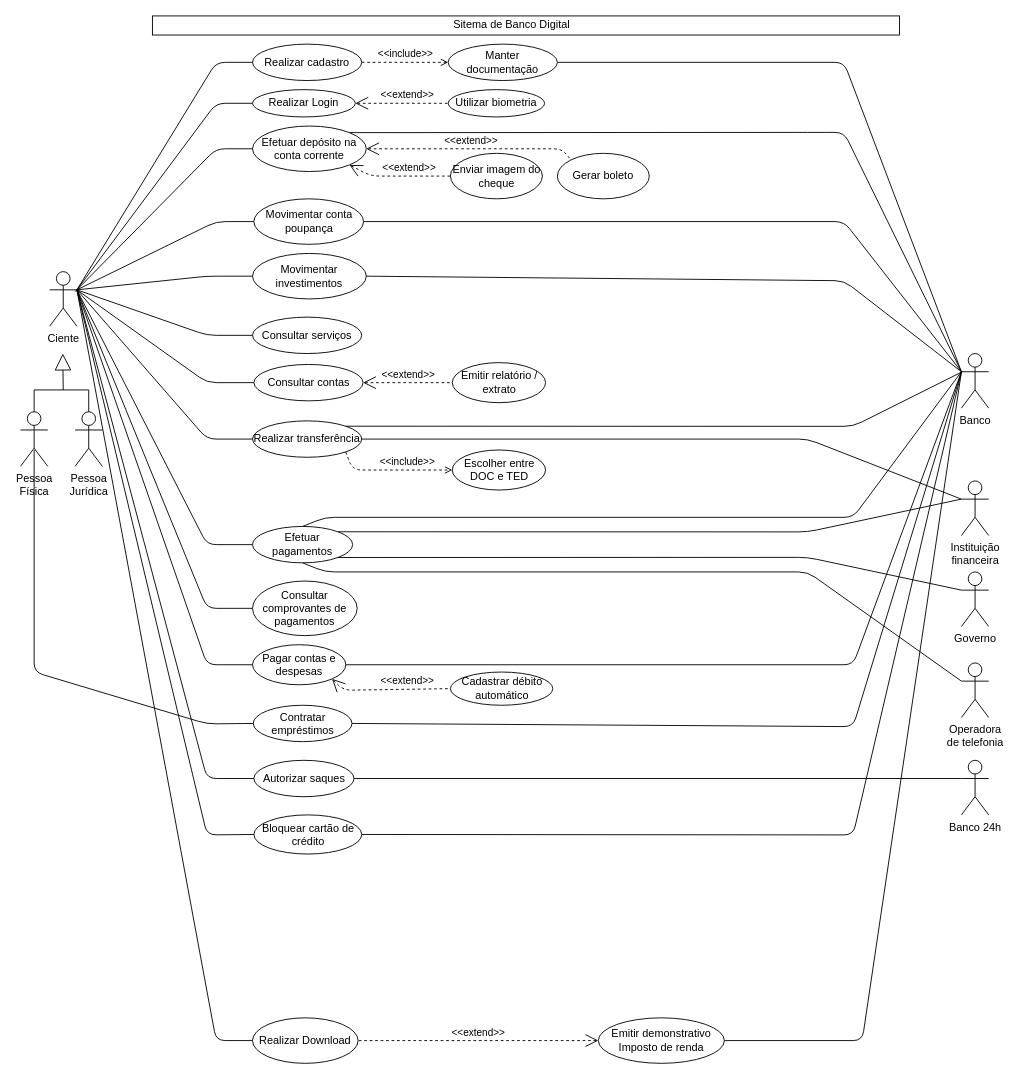
Before: page "1 - Diagrama de Caso de Uso" (1 of 5) of Caso (12).drawio in gumaleanto/TCC-Puc-Minas, a draw.io diagram. Source tidied: cells renumbered, new cells numbered last; positions are measured from the earlier drawing's top-left corner, leaving out a move shared by most shapes. Both pictures are drawn from the tidied source at 91%, with x=0, y=0 at pixel (20, 15).
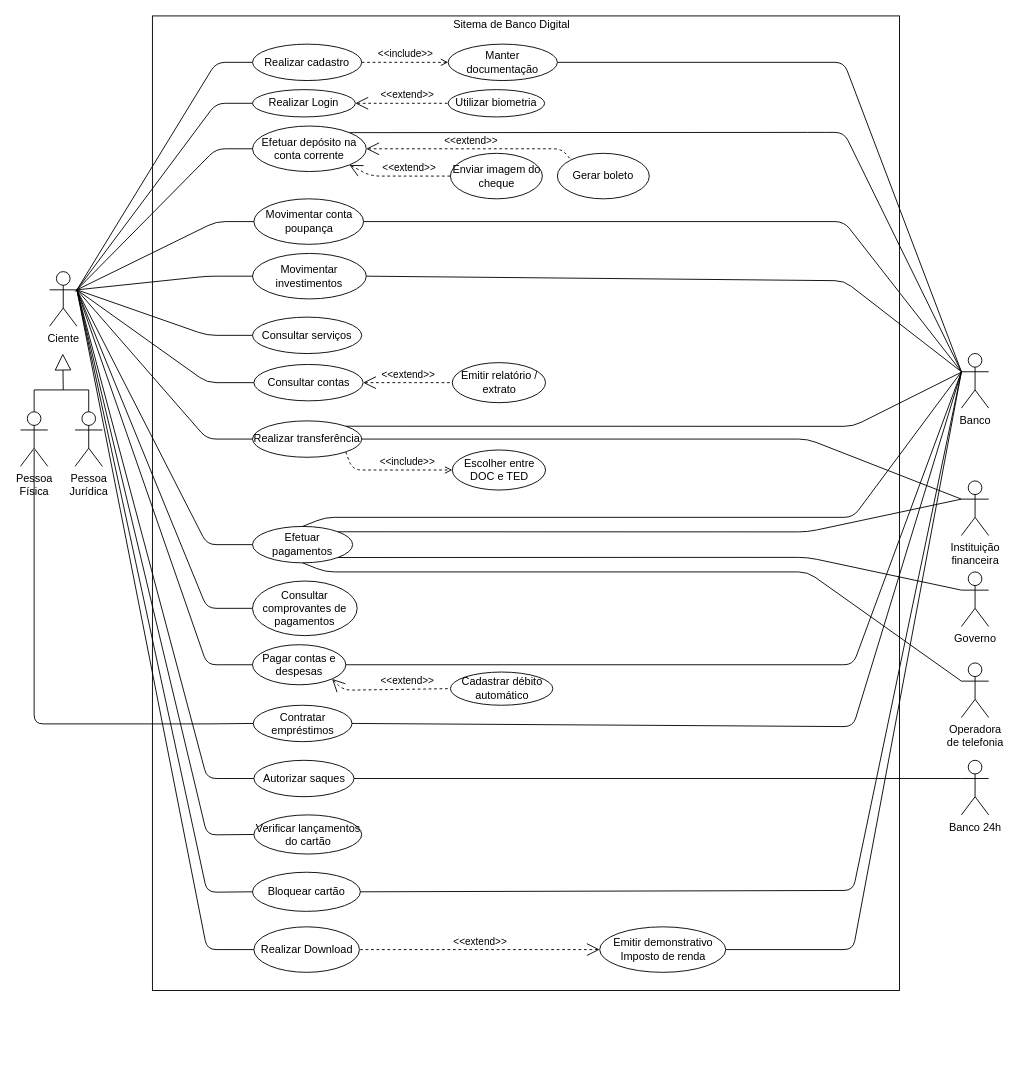
The same diagram, later.

Unchanged cells that the change refers to:
```xml
<mxCell id="9" value="Contratar empréstimos" style="ellipse;whiteSpace=wrap;html=1;" parent="1" vertex="1">
  <mxGeometry x="255.8" y="757.5" width="108.5" height="40" as="geometry" />
</mxCell>
<mxCell id="10" value="Ciente" style="shape=umlActor;verticalLabelPosition=bottom;verticalAlign=top;html=1;outlineConnect=0;fillColor=#FFFFFF;" parent="1" vertex="1">
  <mxGeometry x="32" y="281" width="30" height="60" as="geometry" />
</mxCell>
<mxCell id="13" value="Banco" style="shape=umlActor;verticalLabelPosition=bottom;verticalAlign=top;html=1;outlineConnect=0;flipV=0;flipH=0;" parent="1" vertex="1">
  <mxGeometry x="1034" y="371" width="30" height="60" as="geometry" />
</mxCell>
<mxCell id="16" value="Pessoa&lt;br&gt; Física" style="shape=umlActor;verticalLabelPosition=bottom;verticalAlign=top;html=1;outlineConnect=0;fillColor=#FFFFFF;" parent="1" vertex="1">
  <mxGeometry y="435" width="30" height="60" as="geometry" />
</mxCell>
```

Change to the diagram source:
```diff
@@
     <mxCell id="2" style="whiteSpace=wrap;html=1;" parent="1" vertex="1">
-      <mxGeometry x="145" width="821" height="21" as="geometry" />
+      <mxGeometry x="145" width="821" height="1071" as="geometry" />
     </mxCell>
@@
     <mxCell id="35" style="endArrow=none;html=1;entryX=0;entryY=0.5;entryDx=0;entryDy=0;exitX=0.5;exitY=0.7;exitDx=0;exitDy=0;exitPerimeter=0;" parent="1" edge="1" source="16" target="9">
       <mxGeometry relative="1" as="geometry">
         <Array as="points">
-          <mxPoint x="15" y="721" />
+          <mxPoint x="15" y="778" />
           <mxPoint x="205" y="778" />
         </Array>
       </mxGeometry>
     </mxCell>
@@
     <mxCell id="39" value="Emitir demonstrativo Imposto de renda" style="ellipse;whiteSpace=wrap;html=1;" parent="1" vertex="1">
-      <mxGeometry x="635" y="1101" width="138.5" height="50" as="geometry" />
+      <mxGeometry x="636.5" y="1001" width="138.5" height="50" as="geometry" />
     </mxCell>
@@
     <mxCell id="41" value="Realizar Download" style="ellipse;whiteSpace=wrap;html=1;" parent="1" vertex="1">
-      <mxGeometry x="255" y="1101" width="116" height="50" as="geometry" />
+      <mxGeometry x="256.5" y="1001" width="116" height="50" as="geometry" />
     </mxCell>
     <mxCell id="42" style="endArrow=none;html=1;entryX=1;entryY=0.3333333333333333;entryDx=0;entryDy=0;entryPerimeter=0;exitX=0;exitY=0.5;exitDx=0;exitDy=0;" parent="1" edge="1" source="41" target="10">
       <mxGeometry relative="1" as="geometry">
         <Array as="points">
-          <mxPoint x="215" y="1126" />
+          <mxPoint x="205" y="1026" />
         </Array>
       </mxGeometry>
     </mxCell>
@@
     <mxCell id="44" style="endArrow=none;html=1;entryX=0;entryY=0.3333333333333333;entryDx=0;entryDy=0;entryPerimeter=0;exitX=1;exitY=0.5;exitDx=0;exitDy=0;" parent="1" edge="1" source="39" target="13">
       <mxGeometry relative="1" as="geometry">
         <Array as="points">
-          <mxPoint x="925" y="1126" />
+          <mxPoint x="915" y="1026" />
         </Array>
       </mxGeometry>
     </mxCell>
@@
-    <mxCell id="74" value="Bloquear cartão de crédito" style="ellipse;whiteSpace=wrap;html=1;" parent="1" vertex="1">
+    <mxCell id="74" value="Verificar lançamentos do cartão" style="ellipse;whiteSpace=wrap;html=1;" parent="1" vertex="1">
       <mxGeometry x="256.5" y="878" width="118.5" height="43" as="geometry" />
     </mxCell>
-    <mxCell id="75" style="endArrow=none;html=1;exitX=1;exitY=0.5;exitDx=0;exitDy=0;entryX=0;entryY=0.3333333333333333;entryDx=0;entryDy=0;entryPerimeter=0;" parent="1" edge="1" source="74" target="13">
-      <mxGeometry relative="1" as="geometry">
-        <Array as="points">
-          <mxPoint x="915" y="900" />
-        </Array>
-      </mxGeometry>
-    </mxCell>
@@
+    <mxCell id="77" value="Bloquear cartão" style="ellipse;whiteSpace=wrap;html=1;" parent="1" vertex="1">
+      <mxGeometry x="255" y="941" width="118.5" height="43" as="geometry" />
+    </mxCell>
+    <mxCell id="78" style="endArrow=none;html=1;exitX=1;exitY=0.3333333333333333;exitDx=0;exitDy=0;exitPerimeter=0;entryX=0;entryY=0.5;entryDx=0;entryDy=0;" parent="1" edge="1" source="10" target="77">
+      <mxGeometry relative="1" as="geometry">
+        <Array as="points">
+          <mxPoint x="205" y="963" />
+        </Array>
+      </mxGeometry>
+    </mxCell>
+    <mxCell id="79" style="endArrow=none;html=1;exitX=1;exitY=0.5;exitDx=0;exitDy=0;entryX=0;entryY=0.3333333333333333;entryDx=0;entryDy=0;entryPerimeter=0;" parent="1" edge="1" source="77" target="13">
+      <mxGeometry relative="1" as="geometry">
+        <Array as="points">
+          <mxPoint x="915" y="961" />
+        </Array>
+      </mxGeometry>
+    </mxCell>
```
